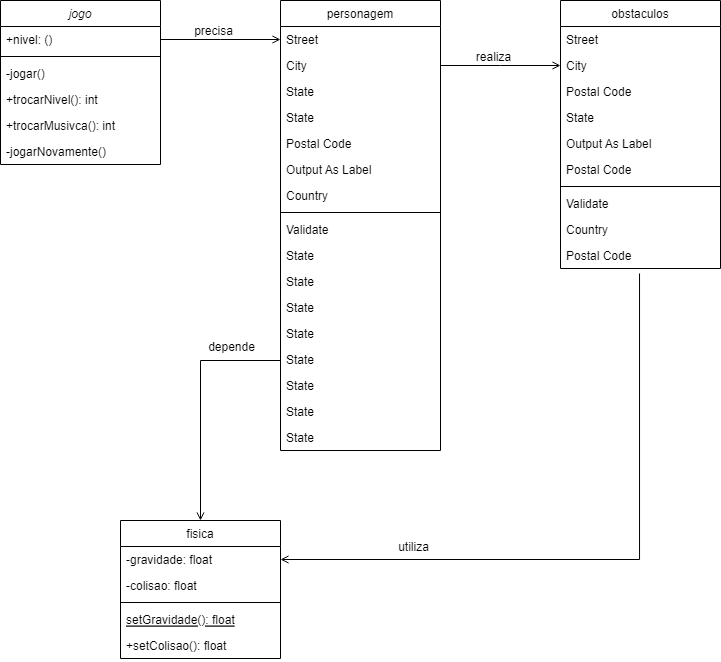
Above: Diagrama Unity.drawio.png in KalCastro/Game_Deep (draw.io), before the change. Source tidied: cells renumbered, new cells last; positions are measured from the earlier drawing's top-left corner, leaving out a move shared by most shapes.
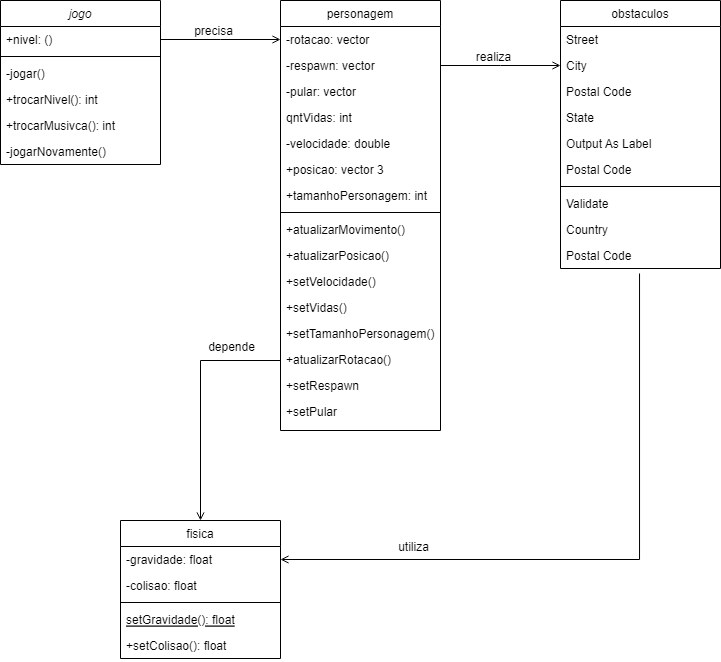
After the commit.

Diff of the diagram source:
```diff
@@ -42,59 +42,56 @@
       <mxGeometry y="112" width="160" height="26" as="geometry" />
     </mxCell>
     <mxCell id="15" value="personagem" style="swimlane;fontStyle=0;align=center;verticalAlign=top;horizontal=1;startSize=26;rounded=0;shadow=0;strokeWidth=1;" parent="1" vertex="1">
-      <mxGeometry x="280" width="160" height="450" as="geometry" />
+      <mxGeometry x="280" width="160" height="430" as="geometry" />
     </mxCell>
-    <mxCell id="16" value="Street" style="text;align=left;verticalAlign=top;spacingLeft=4;spacingRight=4;overflow=hidden;points=[[0,0.5],[1,0.5]];portConstraint=eastwest;" parent="15" vertex="1">
+    <mxCell id="16" value="-rotacao: vector" style="text;align=left;verticalAlign=top;spacingLeft=4;spacingRight=4;overflow=hidden;points=[[0,0.5],[1,0.5]];portConstraint=eastwest;" parent="15" vertex="1">
       <mxGeometry y="26" width="160" height="26" as="geometry" />
     </mxCell>
-    <mxCell id="17" value="City" style="text;align=left;verticalAlign=top;spacingLeft=4;spacingRight=4;overflow=hidden;points=[[0,0.5],[1,0.5]];portConstraint=eastwest;rounded=0;shadow=0;html=0;" parent="15" vertex="1">
+    <mxCell id="17" value="-respawn: vector" style="text;align=left;verticalAlign=top;spacingLeft=4;spacingRight=4;overflow=hidden;points=[[0,0.5],[1,0.5]];portConstraint=eastwest;rounded=0;shadow=0;html=0;" parent="15" vertex="1">
       <mxGeometry y="52" width="160" height="26" as="geometry" />
     </mxCell>
-    <mxCell id="18" value="State" style="text;align=left;verticalAlign=top;spacingLeft=4;spacingRight=4;overflow=hidden;rounded=0;shadow=0;html=0;" parent="15" vertex="1">
+    <mxCell id="18" value="-pular: vector" style="text;align=left;verticalAlign=top;spacingLeft=4;spacingRight=4;overflow=hidden;rounded=0;shadow=0;html=0;" parent="15" vertex="1">
       <mxGeometry y="78" width="160" height="26" as="geometry" />
     </mxCell>
-    <mxCell id="19" value="State" style="text;align=left;verticalAlign=top;spacingLeft=4;spacingRight=4;overflow=hidden;rounded=0;shadow=0;html=0;" parent="15" vertex="1">
+    <mxCell id="19" value="qntVidas: int" style="text;align=left;verticalAlign=top;spacingLeft=4;spacingRight=4;overflow=hidden;rounded=0;shadow=0;html=0;" parent="15" vertex="1">
       <mxGeometry y="104" width="160" height="26" as="geometry" />
     </mxCell>
-    <mxCell id="20" value="Postal Code" style="text;align=left;verticalAlign=top;spacingLeft=4;spacingRight=4;overflow=hidden;rounded=0;shadow=0;html=0;" parent="15" vertex="1">
+    <mxCell id="20" value="-velocidade: double" style="text;align=left;verticalAlign=top;spacingLeft=4;spacingRight=4;overflow=hidden;rounded=0;shadow=0;html=0;" parent="15" vertex="1">
       <mxGeometry y="130" width="160" height="26" as="geometry" />
     </mxCell>
-    <mxCell id="21" value="Output As Label" style="text;align=left;verticalAlign=top;spacingLeft=4;spacingRight=4;overflow=hidden;" parent="15" vertex="1">
+    <mxCell id="21" value="+posicao: vector 3" style="text;align=left;verticalAlign=top;spacingLeft=4;spacingRight=4;overflow=hidden;" parent="15" vertex="1">
       <mxGeometry y="156" width="160" height="26" as="geometry" />
     </mxCell>
-    <mxCell id="22" value="Country" style="text;align=left;verticalAlign=top;spacingLeft=4;spacingRight=4;overflow=hidden;rounded=0;shadow=0;html=0;" parent="15" vertex="1">
+    <mxCell id="22" value="+tamanhoPersonagem: int" style="text;align=left;verticalAlign=top;spacingLeft=4;spacingRight=4;overflow=hidden;rounded=0;shadow=0;html=0;" parent="15" vertex="1">
       <mxGeometry y="182" width="160" height="26" as="geometry" />
     </mxCell>
     <mxCell id="23" style="line;html=1;strokeWidth=1;align=left;verticalAlign=middle;spacingTop=-1;spacingLeft=3;spacingRight=3;labelPosition=right;" parent="15" vertex="1">
       <mxGeometry y="208" width="160" height="8" as="geometry" />
     </mxCell>
-    <mxCell id="24" value="Validate" style="text;align=left;verticalAlign=top;spacingLeft=4;spacingRight=4;overflow=hidden;" parent="15" vertex="1">
+    <mxCell id="24" value="+atualizarMovimento()" style="text;align=left;verticalAlign=top;spacingLeft=4;spacingRight=4;overflow=hidden;" parent="15" vertex="1">
       <mxGeometry y="216" width="160" height="26" as="geometry" />
     </mxCell>
-    <mxCell id="25" value="State" style="text;align=left;verticalAlign=top;spacingLeft=4;spacingRight=4;overflow=hidden;rounded=0;shadow=0;html=0;" parent="15" vertex="1">
+    <mxCell id="25" value="+atualizarPosicao()" style="text;align=left;verticalAlign=top;spacingLeft=4;spacingRight=4;overflow=hidden;rounded=0;shadow=0;html=0;" parent="15" vertex="1">
       <mxGeometry y="242" width="160" height="26" as="geometry" />
     </mxCell>
-    <mxCell id="26" value="State" style="text;align=left;verticalAlign=top;spacingLeft=4;spacingRight=4;overflow=hidden;rounded=0;shadow=0;html=0;" parent="15" vertex="1">
+    <mxCell id="26" value="+setVelocidade()" style="text;align=left;verticalAlign=top;spacingLeft=4;spacingRight=4;overflow=hidden;rounded=0;shadow=0;html=0;" parent="15" vertex="1">
       <mxGeometry y="268" width="160" height="26" as="geometry" />
     </mxCell>
-    <mxCell id="27" value="State" style="text;align=left;verticalAlign=top;spacingLeft=4;spacingRight=4;overflow=hidden;rounded=0;shadow=0;html=0;" parent="15" vertex="1">
+    <mxCell id="27" value="+setVidas()" style="text;align=left;verticalAlign=top;spacingLeft=4;spacingRight=4;overflow=hidden;rounded=0;shadow=0;html=0;" parent="15" vertex="1">
       <mxGeometry y="294" width="160" height="26" as="geometry" />
     </mxCell>
-    <mxCell id="28" value="State" style="text;align=left;verticalAlign=top;spacingLeft=4;spacingRight=4;overflow=hidden;rounded=0;shadow=0;html=0;" parent="15" vertex="1">
+    <mxCell id="28" value="+setTamanhoPersonagem()" style="text;align=left;verticalAlign=top;spacingLeft=4;spacingRight=4;overflow=hidden;rounded=0;shadow=0;html=0;" parent="15" vertex="1">
       <mxGeometry y="320" width="160" height="26" as="geometry" />
     </mxCell>
-    <mxCell id="29" value="State" style="text;align=left;verticalAlign=top;spacingLeft=4;spacingRight=4;overflow=hidden;points=[[0,0.5],[1,0.5]];portConstraint=eastwest;rounded=0;shadow=0;html=0;" parent="15" vertex="1">
+    <mxCell id="29" value="+atualizarRotacao()" style="text;align=left;verticalAlign=top;spacingLeft=4;spacingRight=4;overflow=hidden;points=[[0,0.5],[1,0.5]];portConstraint=eastwest;rounded=0;shadow=0;html=0;" parent="15" vertex="1">
       <mxGeometry y="346" width="160" height="26" as="geometry" />
     </mxCell>
-    <mxCell id="30" value="State" style="text;align=left;verticalAlign=top;spacingLeft=4;spacingRight=4;overflow=hidden;rounded=0;shadow=0;html=0;" parent="15" vertex="1">
+    <mxCell id="30" value="+setRespawn" style="text;align=left;verticalAlign=top;spacingLeft=4;spacingRight=4;overflow=hidden;rounded=0;shadow=0;html=0;" parent="15" vertex="1">
       <mxGeometry y="372" width="160" height="26" as="geometry" />
     </mxCell>
-    <mxCell id="31" value="State" style="text;align=left;verticalAlign=top;spacingLeft=4;spacingRight=4;overflow=hidden;rounded=0;shadow=0;html=0;" parent="15" vertex="1">
+    <mxCell id="31" value="+setPular" style="text;align=left;verticalAlign=top;spacingLeft=4;spacingRight=4;overflow=hidden;rounded=0;shadow=0;html=0;" parent="15" vertex="1">
       <mxGeometry y="398" width="160" height="26" as="geometry" />
     </mxCell>
-    <mxCell id="32" value="State" style="text;align=left;verticalAlign=top;spacingLeft=4;spacingRight=4;overflow=hidden;rounded=0;shadow=0;html=0;" parent="15" vertex="1">
-      <mxGeometry y="424" width="160" height="26" as="geometry" />
-    </mxCell>
     <mxCell id="33" style="endArrow=open;shadow=0;strokeWidth=1;rounded=0;endFill=1;edgeStyle=elbowEdgeStyle;elbow=vertical;entryX=0;entryY=0.5;entryDx=0;entryDy=0;exitX=1;exitY=0.5;exitDx=0;exitDy=0;" parent="1" edge="1" source="3" target="16">
       <mxGeometry x="0.5" y="41" relative="1" as="geometry">
         <mxPoint x="-40" y="32" as="offset" />
```
